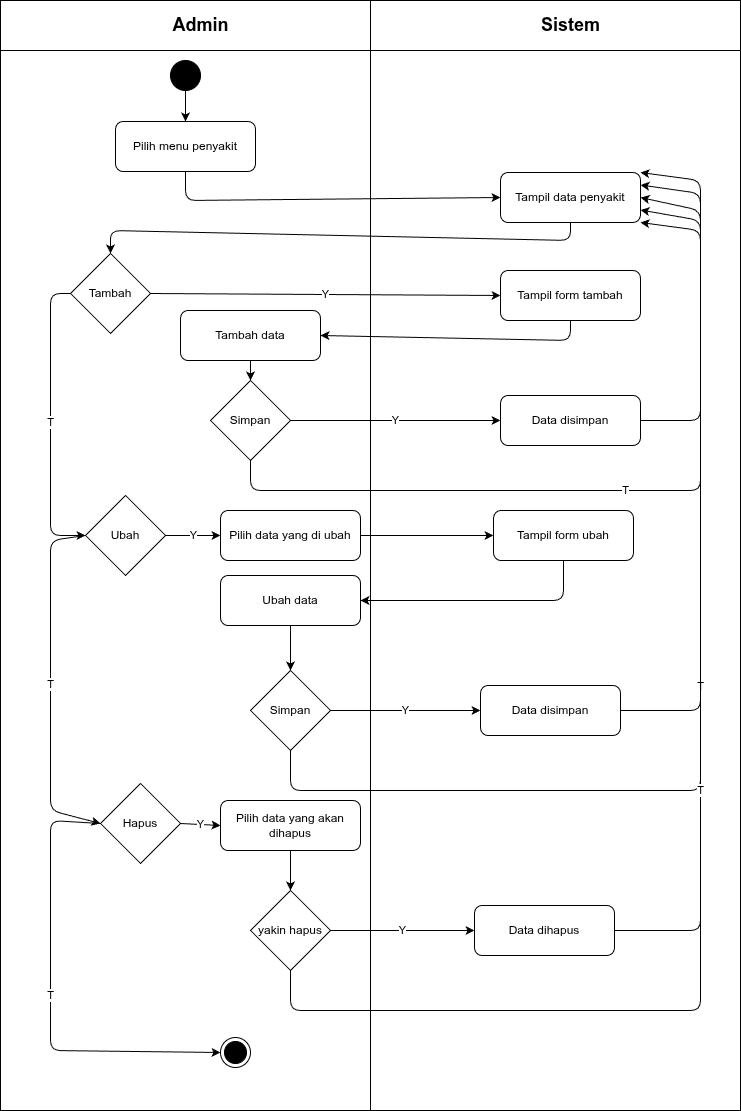
Earlier version of the draw.io export diagram/activity/admin/crud-penyakit.png (RajaSunrise/kangkungku). Source tidied: cells renumbered, new cells last; positions are measured from the earlier drawing's top-left corner, leaving out a move shared by most shapes.
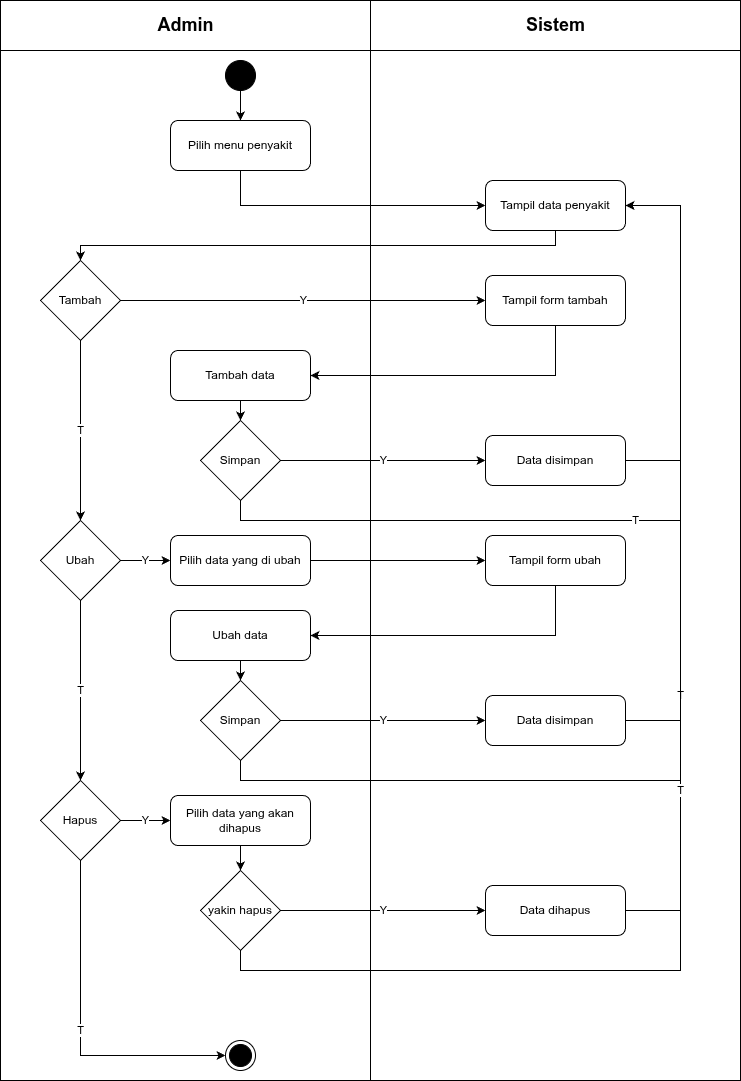
The same file after the commit.

Diff of the diagram source:
```diff
@@ -3,205 +3,204 @@
     <mxCell id="0" />
     <mxCell id="1" parent="0" />
     <mxCell id="2" style="shape=internalStorage;whiteSpace=wrap;html=1;backgroundOutline=1;dx=370;dy=50;" parent="1" vertex="1">
-      <mxGeometry width="740" height="1110" as="geometry" />
+      <mxGeometry width="740" height="1080" as="geometry" />
     </mxCell>
     <mxCell id="3" value="Admin" style="text;html=1;strokeColor=none;fillColor=none;align=center;verticalAlign=middle;rounded=1;fontSize=18;fontStyle=1;" parent="1" vertex="1">
-      <mxGeometry x="165" y="10" width="70" height="30" as="geometry" />
+      <mxGeometry x="135" y="10" width="100" height="30" as="geometry" />
     </mxCell>
     <mxCell id="4" value="Sistem" style="text;html=1;strokeColor=none;fillColor=none;align=center;verticalAlign=middle;rounded=1;fontSize=18;fontStyle=1;" parent="1" vertex="1">
-      <mxGeometry x="535" y="10" width="70" height="30" as="geometry" />
+      <mxGeometry x="505" y="10" width="100" height="30" as="geometry" />
     </mxCell>
     <mxCell id="5" style="ellipse;whiteSpace=wrap;html=1;fillColor=#000000;strokeColor=#000000;" parent="1" vertex="1">
-      <mxGeometry x="170" y="60" width="30" height="30" as="geometry" />
+      <mxGeometry x="225" y="60" width="30" height="30" as="geometry" />
     </mxCell>
-    <mxCell id="6" style="endArrow=classic;html=1;exitX=0.5;exitY=1;entryX=0.5;entryY=0;entryDx=0;entryDy=0;" parent="1" edge="1" source="5" target="7">
+    <mxCell id="6" style="endArrow=classic;html=1;exitX=0.5;exitY=1;exitDx=0;exitDy=0;entryX=0.5;entryY=0;entryDx=0;entryDy=0;edgeStyle=orthogonalEdgeStyle;rounded=0;" parent="1" edge="1" source="5" target="7">
       <mxGeometry relative="1" as="geometry" />
     </mxCell>
     <mxCell id="7" value="Pilih menu penyakit" style="rounded=1;whiteSpace=wrap;html=1;" parent="1" vertex="1">
-      <mxGeometry x="115" y="121" width="140" height="50" as="geometry" />
+      <mxGeometry x="170" y="120" width="140" height="50" as="geometry" />
     </mxCell>
     <mxCell id="8" value="Tampil data penyakit" style="rounded=1;whiteSpace=wrap;html=1;" parent="1" vertex="1">
-      <mxGeometry x="500" y="172" width="140" height="50" as="geometry" />
+      <mxGeometry x="485" y="180" width="140" height="50" as="geometry" />
     </mxCell>
-    <mxCell id="9" style="endArrow=classic;html=1;exitX=0.5;exitY=1;entryX=0;entryY=0.5;" parent="1" edge="1" source="7" target="8">
+    <mxCell id="9" style="endArrow=classic;html=1;exitX=0.5;exitY=1;exitDx=0;exitDy=0;entryX=0;entryY=0.5;entryDx=0;entryDy=0;edgeStyle=orthogonalEdgeStyle;rounded=0;" parent="1" edge="1" source="7" target="8">
       <mxGeometry relative="1" as="geometry">
         <Array as="points">
-          <mxPoint x="185" y="200" />
+          <mxPoint x="240" y="205" />
         </Array>
       </mxGeometry>
     </mxCell>
     <mxCell id="10" value="Tambah" style="rhombus;whiteSpace=wrap;html=1;" parent="1" vertex="1">
-      <mxGeometry x="70" y="253" width="80" height="80" as="geometry" />
+      <mxGeometry x="40" y="260" width="80" height="80" as="geometry" />
     </mxCell>
-    <mxCell id="11" style="endArrow=classic;html=1;exitX=0.5;exitY=1;entryX=0.5;entryY=0;exitDx=0;exitDy=0;entryDx=0;entryDy=0;" parent="1" edge="1" source="8" target="10">
+    <mxCell id="11" style="endArrow=classic;html=1;exitX=0.5;exitY=1;exitDx=0;exitDy=0;entryX=0.5;entryY=0;entryDx=0;entryDy=0;edgeStyle=orthogonalEdgeStyle;rounded=0;" parent="1" edge="1" source="8" target="10">
       <mxGeometry relative="1" as="geometry">
         <Array as="points">
-          <mxPoint x="570" y="240" />
-          <mxPoint x="110" y="230" />
+          <mxPoint x="555" y="245" />
+          <mxPoint x="80" y="245" />
         </Array>
       </mxGeometry>
     </mxCell>
     <mxCell id="12" value="Tampil form tambah" style="rounded=1;whiteSpace=wrap;html=1;" parent="1" vertex="1">
-      <mxGeometry x="500" y="270" width="140" height="50" as="geometry" />
+      <mxGeometry x="485" y="275" width="140" height="50" as="geometry" />
     </mxCell>
-    <mxCell id="13" value="Y" style="endArrow=classic;html=1;exitX=1;exitY=0.5;entryX=0;entryY=0.5;exitDx=0;exitDy=0;" parent="1" edge="1" source="10" target="12">
+    <mxCell id="13" value="Y" style="endArrow=classic;html=1;exitX=1;exitY=0.5;exitDx=0;exitDy=0;entryX=0;entryY=0.5;entryDx=0;entryDy=0;edgeStyle=orthogonalEdgeStyle;rounded=0;" parent="1" edge="1" source="10" target="12">
       <mxGeometry relative="1" as="geometry" />
     </mxCell>
     <mxCell id="14" value="Tambah data" style="rounded=1;whiteSpace=wrap;html=1;" parent="1" vertex="1">
-      <mxGeometry x="180" y="310" width="140" height="50" as="geometry" />
+      <mxGeometry x="170" y="350" width="140" height="50" as="geometry" />
     </mxCell>
-    <mxCell id="15" style="endArrow=classic;html=1;exitX=0.5;exitY=1;entryX=1;entryY=0.5;" parent="1" edge="1" source="12" target="14">
+    <mxCell id="15" style="endArrow=classic;html=1;exitX=0.5;exitY=1;exitDx=0;exitDy=0;entryX=1;entryY=0.5;entryDx=0;entryDy=0;edgeStyle=orthogonalEdgeStyle;rounded=0;" parent="1" edge="1" source="12" target="14">
       <mxGeometry relative="1" as="geometry">
         <Array as="points">
-          <mxPoint x="570" y="340" />
+          <mxPoint x="555" y="375" />
         </Array>
       </mxGeometry>
     </mxCell>
     <mxCell id="16" value="Simpan" style="rhombus;whiteSpace=wrap;html=1;" parent="1" vertex="1">
-      <mxGeometry x="210" y="380" width="80" height="80" as="geometry" />
+      <mxGeometry x="200" y="420" width="80" height="80" as="geometry" />
     </mxCell>
-    <mxCell id="17" style="endArrow=classic;html=1;exitX=0.5;exitY=1;entryX=0.5;entryY=0;" parent="1" edge="1" source="14" target="16">
+    <mxCell id="17" style="endArrow=classic;html=1;exitX=0.5;exitY=1;exitDx=0;exitDy=0;entryX=0.5;entryY=0;entryDx=0;entryDy=0;edgeStyle=orthogonalEdgeStyle;rounded=0;" parent="1" edge="1" source="14" target="16">
       <mxGeometry relative="1" as="geometry" />
     </mxCell>
     <mxCell id="18" value="Data disimpan" style="rounded=1;whiteSpace=wrap;html=1;" parent="1" vertex="1">
-      <mxGeometry x="500" y="395" width="140" height="50" as="geometry" />
+      <mxGeometry x="485" y="435" width="140" height="50" as="geometry" />
     </mxCell>
-    <mxCell id="19" value="Y" style="endArrow=classic;html=1;exitX=1;exitY=0.5;entryX=0;entryY=0.5;" parent="1" edge="1" source="16" target="18">
+    <mxCell id="19" value="Y" style="endArrow=classic;html=1;exitX=1;exitY=0.5;exitDx=0;exitDy=0;entryX=0;entryY=0.5;entryDx=0;entryDy=0;edgeStyle=orthogonalEdgeStyle;rounded=0;" parent="1" edge="1" source="16" target="18">
       <mxGeometry relative="1" as="geometry" />
     </mxCell>
-    <mxCell id="20" style="endArrow=classic;html=1;exitX=1;exitY=0.5;entryX=1;entryY=0.5;" parent="1" edge="1" source="18" target="8">
+    <mxCell id="20" style="endArrow=classic;html=1;exitX=1;exitY=0.5;exitDx=0;exitDy=0;entryX=1;entryY=0.5;entryDx=0;entryDy=0;edgeStyle=orthogonalEdgeStyle;rounded=0;" parent="1" edge="1" source="18" target="8">
       <mxGeometry relative="1" as="geometry">
         <Array as="points">
-          <mxPoint x="700" y="420" />
-          <mxPoint x="700" y="210" />
+          <mxPoint x="680" y="460" />
+          <mxPoint x="680" y="205" />
         </Array>
       </mxGeometry>
     </mxCell>
-    <mxCell id="21" value="T" style="endArrow=classic;html=1;exitX=0.5;exitY=1;entryX=1;entryY=0.75;" parent="1" edge="1" source="16" target="8">
+    <mxCell id="21" value="T" style="endArrow=classic;html=1;exitX=0.5;exitY=1;exitDx=0;exitDy=0;entryX=1;entryY=0.5;entryDx=0;entryDy=0;edgeStyle=orthogonalEdgeStyle;rounded=0;" parent="1" edge="1" source="16" target="8">
       <mxGeometry relative="1" as="geometry">
         <Array as="points">
-          <mxPoint x="250" y="490" />
-          <mxPoint x="700" y="490" />
-          <mxPoint x="700" y="220" />
+          <mxPoint x="240" y="520" />
+          <mxPoint x="680" y="520" />
+          <mxPoint x="680" y="205" />
         </Array>
       </mxGeometry>
     </mxCell>
     <mxCell id="22" value="Ubah" style="rhombus;whiteSpace=wrap;html=1;" parent="1" vertex="1">
-      <mxGeometry x="85" y="495" width="80" height="80" as="geometry" />
+      <mxGeometry x="40" y="520" width="80" height="80" as="geometry" />
     </mxCell>
-    <mxCell id="23" value="T" style="endArrow=classic;html=1;exitX=0;exitY=0.5;entryX=0;entryY=0.5;exitDx=0;exitDy=0;entryDx=0;entryDy=0;" parent="1" edge="1" source="10" target="22">
+    <mxCell id="23" value="T" style="endArrow=classic;html=1;exitX=0.5;exitY=1;exitDx=0;exitDy=0;entryX=0.5;entryY=0;entryDx=0;entryDy=0;edgeStyle=orthogonalEdgeStyle;rounded=0;" parent="1" edge="1" source="10" target="22">
       <mxGeometry relative="1" as="geometry">
         <Array as="points">
-          <mxPoint x="50" y="293" />
-          <mxPoint x="50" y="535" />
+          <mxPoint x="80" y="440" />
+          <mxPoint x="80" y="440" />
         </Array>
       </mxGeometry>
     </mxCell>
     <mxCell id="24" value="Pilih data yang di ubah" style="rounded=1;whiteSpace=wrap;html=1;" parent="1" vertex="1">
-      <mxGeometry x="220" y="510" width="140" height="50" as="geometry" />
+      <mxGeometry x="170" y="535" width="140" height="50" as="geometry" />
     </mxCell>
-    <mxCell id="25" value="Y" style="endArrow=classic;html=1;exitX=1;exitY=0.5;exitDx=0;exitDy=0;entryX=0;entryY=0.5;entryDx=0;entryDy=0;" parent="1" edge="1" source="22" target="24">
+    <mxCell id="25" value="Y" style="endArrow=classic;html=1;exitX=1;exitY=0.5;exitDx=0;exitDy=0;entryX=0;entryY=0.5;entryDx=0;entryDy=0;edgeStyle=orthogonalEdgeStyle;rounded=0;" parent="1" edge="1" source="22" target="24">
       <mxGeometry relative="1" as="geometry" />
     </mxCell>
     <mxCell id="26" value="Tampil form ubah" style="rounded=1;whiteSpace=wrap;html=1;" parent="1" vertex="1">
-      <mxGeometry x="493" y="510" width="140" height="50" as="geometry" />
+      <mxGeometry x="485" y="535" width="140" height="50" as="geometry" />
     </mxCell>
-    <mxCell id="27" style="endArrow=classic;html=1;exitX=1;exitY=0.5;entryX=0;entryY=0.5;" parent="1" edge="1" source="24" target="26">
+    <mxCell id="27" style="endArrow=classic;html=1;exitX=1;exitY=0.5;exitDx=0;exitDy=0;entryX=0;entryY=0.5;entryDx=0;entryDy=0;edgeStyle=orthogonalEdgeStyle;rounded=0;" parent="1" edge="1" source="24" target="26">
       <mxGeometry relative="1" as="geometry" />
     </mxCell>
     <mxCell id="28" value="Ubah data" style="rounded=1;whiteSpace=wrap;html=1;" parent="1" vertex="1">
-      <mxGeometry x="220" y="575" width="140" height="50" as="geometry" />
+      <mxGeometry x="170" y="610" width="140" height="50" as="geometry" />
     </mxCell>
-    <mxCell id="29" style="endArrow=classic;html=1;exitX=0.5;exitY=1;entryX=1;entryY=0.5;" parent="1" edge="1" source="26" target="28">
+    <mxCell id="29" style="endArrow=classic;html=1;exitX=0.5;exitY=1;exitDx=0;exitDy=0;entryX=1;entryY=0.5;entryDx=0;entryDy=0;edgeStyle=orthogonalEdgeStyle;rounded=0;" parent="1" edge="1" source="26" target="28">
       <mxGeometry relative="1" as="geometry">
         <Array as="points">
-          <mxPoint x="563" y="600" />
+          <mxPoint x="555" y="635" />
         </Array>
       </mxGeometry>
     </mxCell>
     <mxCell id="30" value="Simpan" style="rhombus;whiteSpace=wrap;html=1;" parent="1" vertex="1">
-      <mxGeometry x="250" y="670" width="80" height="80" as="geometry" />
+      <mxGeometry x="200" y="680" width="80" height="80" as="geometry" />
     </mxCell>
-    <mxCell id="31" style="endArrow=classic;html=1;exitX=0.5;exitY=1;entryX=0.5;entryY=0;" parent="1" edge="1" source="28" target="30">
+    <mxCell id="31" style="endArrow=classic;html=1;exitX=0.5;exitY=1;exitDx=0;exitDy=0;entryX=0.5;entryY=0;entryDx=0;entryDy=0;edgeStyle=orthogonalEdgeStyle;rounded=0;" parent="1" edge="1" source="28" target="30">
       <mxGeometry relative="1" as="geometry" />
     </mxCell>
     <mxCell id="32" value="Data disimpan" style="rounded=1;whiteSpace=wrap;html=1;" parent="1" vertex="1">
-      <mxGeometry x="480" y="685" width="140" height="50" as="geometry" />
+      <mxGeometry x="485" y="695" width="140" height="50" as="geometry" />
     </mxCell>
-    <mxCell id="33" value="Y" style="endArrow=classic;html=1;exitX=1;exitY=0.5;entryX=0;entryY=0.5;" parent="1" edge="1" source="30" target="32">
+    <mxCell id="33" value="Y" style="endArrow=classic;html=1;exitX=1;exitY=0.5;exitDx=0;exitDy=0;entryX=0;entryY=0.5;entryDx=0;entryDy=0;edgeStyle=orthogonalEdgeStyle;rounded=0;" parent="1" edge="1" source="30" target="32">
       <mxGeometry relative="1" as="geometry" />
     </mxCell>
-    <mxCell id="34" style="endArrow=classic;html=1;exitX=1;exitY=0.5;entryX=1;entryY=1;entryDx=0;entryDy=0;" parent="1" edge="1" source="32" target="8">
+    <mxCell id="34" style="endArrow=classic;html=1;exitX=1;exitY=0.5;exitDx=0;exitDy=0;entryX=1;entryY=0.5;entryDx=0;entryDy=0;edgeStyle=orthogonalEdgeStyle;rounded=0;" parent="1" edge="1" source="32" target="8">
       <mxGeometry relative="1" as="geometry">
         <Array as="points">
-          <mxPoint x="700" y="710" />
-          <mxPoint x="700" y="230" />
+          <mxPoint x="680" y="720" />
+          <mxPoint x="680" y="205" />
         </Array>
       </mxGeometry>
     </mxCell>
-    <mxCell id="35" value="T" style="endArrow=classic;html=1;exitX=0.5;exitY=1;entryX=1;entryY=0.25;" parent="1" edge="1" source="30" target="8">
+    <mxCell id="35" value="T" style="endArrow=classic;html=1;exitX=0.5;exitY=1;exitDx=0;exitDy=0;entryX=1;entryY=0.5;entryDx=0;entryDy=0;edgeStyle=orthogonalEdgeStyle;rounded=0;" parent="1" edge="1" source="30" target="8">
       <mxGeometry relative="1" as="geometry">
         <Array as="points">
-          <mxPoint x="290" y="790" />
-          <mxPoint x="700" y="790" />
-          <mxPoint x="700" y="193" />
+          <mxPoint x="240" y="780" />
+          <mxPoint x="680" y="780" />
+          <mxPoint x="680" y="205" />
         </Array>
       </mxGeometry>
     </mxCell>
     <mxCell id="36" value="Hapus" style="rhombus;whiteSpace=wrap;html=1;" parent="1" vertex="1">
-      <mxGeometry x="100" y="783" width="80" height="80" as="geometry" />
+      <mxGeometry x="40" y="780" width="80" height="80" as="geometry" />
     </mxCell>
-    <mxCell id="37" value="T" style="endArrow=classic;html=1;exitX=0;exitY=0.5;entryX=0;entryY=0.5;entryDx=0;entryDy=0;exitDx=0;exitDy=0;" parent="1" edge="1" source="22" target="36">
+    <mxCell id="37" value="T" style="endArrow=classic;html=1;exitX=0.5;exitY=1;exitDx=0;exitDy=0;entryX=0.5;entryY=0;entryDx=0;entryDy=0;edgeStyle=orthogonalEdgeStyle;rounded=0;" parent="1" edge="1" source="22" target="36">
       <mxGeometry relative="1" as="geometry">
         <Array as="points">
-          <mxPoint x="50" y="540" />
-          <mxPoint x="50" y="810" />
+          <mxPoint x="80" y="710" />
+          <mxPoint x="80" y="710" />
         </Array>
       </mxGeometry>
     </mxCell>
     <mxCell id="38" value="Pilih data yang akan dihapus" style="rounded=1;whiteSpace=wrap;html=1;" parent="1" vertex="1">
-      <mxGeometry x="220" y="800" width="140" height="50" as="geometry" />
+      <mxGeometry x="170" y="795" width="140" height="50" as="geometry" />
     </mxCell>
-    <mxCell id="39" value="Y" style="endArrow=classic;html=1;exitX=1;exitY=0.5;entryX=0;entryY=0.5;exitDx=0;exitDy=0;entryDx=0;entryDy=0;" parent="1" edge="1" source="36" target="38">
+    <mxCell id="39" value="Y" style="endArrow=classic;html=1;exitX=1;exitY=0.5;exitDx=0;exitDy=0;entryX=0;entryY=0.5;entryDx=0;entryDy=0;edgeStyle=orthogonalEdgeStyle;rounded=0;" parent="1" edge="1" source="36" target="38">
       <mxGeometry relative="1" as="geometry" />
     </mxCell>
     <mxCell id="40" value="yakin hapus" style="rhombus;whiteSpace=wrap;html=1;" parent="1" vertex="1">
-      <mxGeometry x="250" y="890" width="80" height="80" as="geometry" />
+      <mxGeometry x="200" y="870" width="80" height="80" as="geometry" />
     </mxCell>
-    <mxCell id="41" style="endArrow=classic;html=1;exitX=0.5;exitY=1;entryX=0.5;entryY=0;" parent="1" edge="1" source="38" target="40">
+    <mxCell id="41" style="endArrow=classic;html=1;exitX=0.5;exitY=1;exitDx=0;exitDy=0;entryX=0.5;entryY=0;entryDx=0;entryDy=0;edgeStyle=orthogonalEdgeStyle;rounded=0;" parent="1" edge="1" source="38" target="40">
       <mxGeometry relative="1" as="geometry" />
     </mxCell>
     <mxCell id="42" value="Data dihapus" style="rounded=1;whiteSpace=wrap;html=1;" parent="1" vertex="1">
-      <mxGeometry x="474" y="905" width="140" height="50" as="geometry" />
+      <mxGeometry x="485" y="885" width="140" height="50" as="geometry" />
     </mxCell>
-    <mxCell id="43" value="Y" style="endArrow=classic;html=1;exitX=1;exitY=0.5;entryX=0;entryY=0.5;" parent="1" edge="1" source="40" target="42">
+    <mxCell id="43" value="Y" style="endArrow=classic;html=1;exitX=1;exitY=0.5;exitDx=0;exitDy=0;entryX=0;entryY=0.5;entryDx=0;entryDy=0;edgeStyle=orthogonalEdgeStyle;rounded=0;" parent="1" edge="1" source="40" target="42">
       <mxGeometry relative="1" as="geometry" />
     </mxCell>
-    <mxCell id="44" style="endArrow=classic;html=1;exitX=1;exitY=0.5;entryX=1;entryY=0.5;" parent="1" edge="1" source="42" target="8">
+    <mxCell id="44" style="endArrow=classic;html=1;exitX=1;exitY=0.5;exitDx=0;exitDy=0;entryX=1;entryY=0.5;entryDx=0;entryDy=0;edgeStyle=orthogonalEdgeStyle;rounded=0;" parent="1" edge="1" source="42" target="8">
       <mxGeometry relative="1" as="geometry">
         <Array as="points">
-          <mxPoint x="700" y="930" />
-          <mxPoint x="700" y="210" />
+          <mxPoint x="680" y="910" />
+          <mxPoint x="680" y="205" />
         </Array>
       </mxGeometry>
     </mxCell>
-    <mxCell id="45" value="T" style="endArrow=classic;html=1;exitX=0.5;exitY=1;entryX=1;entryY=0;" parent="1" edge="1" source="40" target="8">
+    <mxCell id="45" value="T" style="endArrow=classic;html=1;exitX=0.5;exitY=1;exitDx=0;exitDy=0;entryX=1;entryY=0.5;entryDx=0;entryDy=0;edgeStyle=orthogonalEdgeStyle;rounded=0;" parent="1" edge="1" source="40" target="8">
       <mxGeometry relative="1" as="geometry">
         <Array as="points">
-          <mxPoint x="290" y="1010" />
-          <mxPoint x="700" y="1010" />
-          <mxPoint x="700" y="180" />
+          <mxPoint x="240" y="970" />
+          <mxPoint x="680" y="970" />
+          <mxPoint x="680" y="205" />
         </Array>
       </mxGeometry>
     </mxCell>
     <mxCell id="46" style="ellipse;html=1;shape=endState;fillColor=#000000;strokeColor=#000000;" parent="1" vertex="1">
-      <mxGeometry x="220" y="1037" width="30" height="30" as="geometry" />
+      <mxGeometry x="225" y="1040" width="30" height="30" as="geometry" />
     </mxCell>
-    <mxCell id="47" value="T" style="endArrow=classic;html=1;exitX=0;exitY=0.5;entryX=0;entryY=0.5;exitDx=0;exitDy=0;entryDx=0;entryDy=0;" parent="1" edge="1" source="36" target="46">
+    <mxCell id="47" value="T" style="endArrow=classic;html=1;exitX=0.5;exitY=1;exitDx=0;exitDy=0;entryX=0;entryY=0.5;entryDx=0;entryDy=0;edgeStyle=orthogonalEdgeStyle;rounded=0;" parent="1" edge="1" source="36" target="46">
       <mxGeometry relative="1" as="geometry">
         <Array as="points">
-          <mxPoint x="50" y="820" />
-          <mxPoint x="50" y="1050" />
+          <mxPoint x="80" y="1055" />
         </Array>
       </mxGeometry>
     </mxCell>
```
